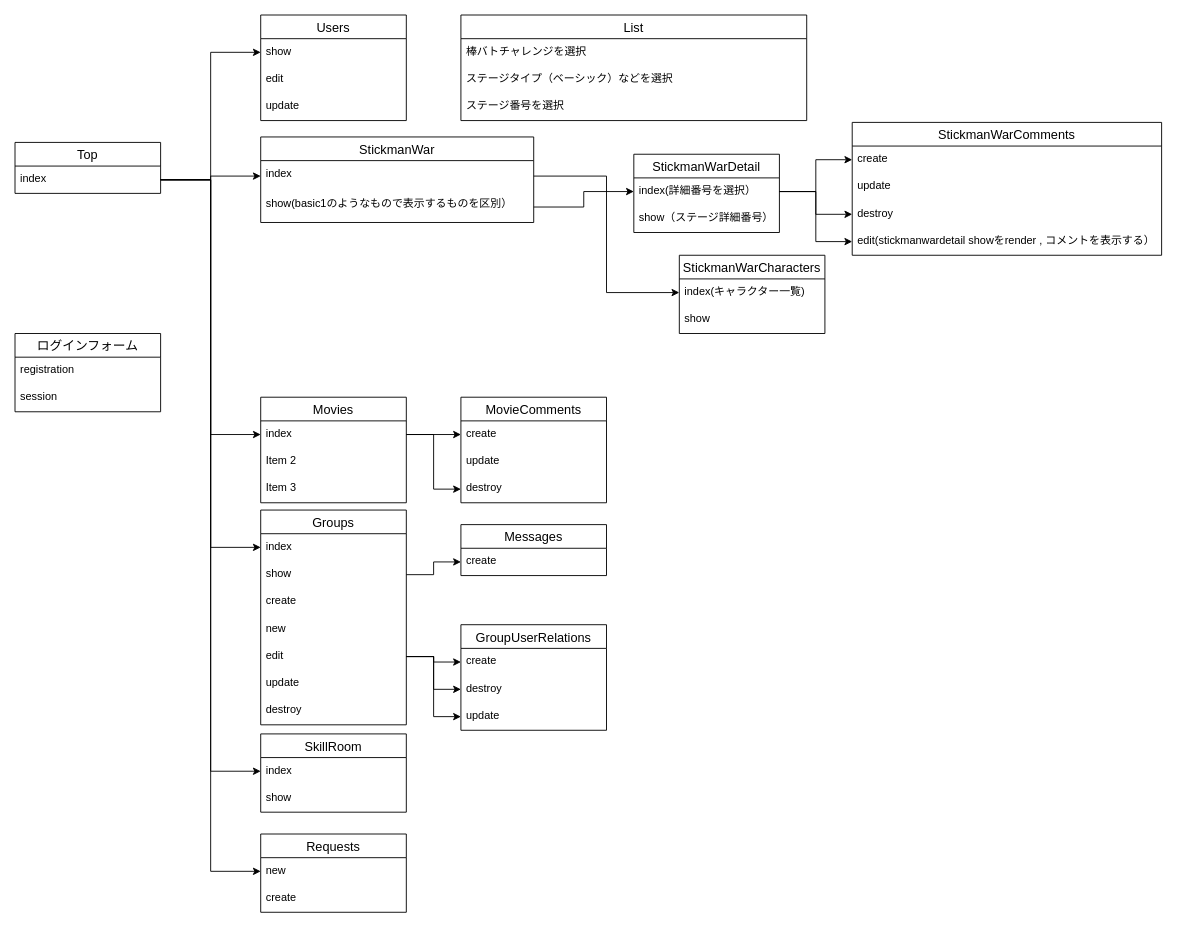
Before: flow.dio in runba3011/runba_home, a draw.io diagram. Source tidied: cells renumbered, new cells numbered last; positions are measured from the earlier drawing's top-left corner, leaving out a move shared by most shapes. Both pictures are drawn from the tidied source at 91%, with x=0, y=0 at pixel (15, 15).
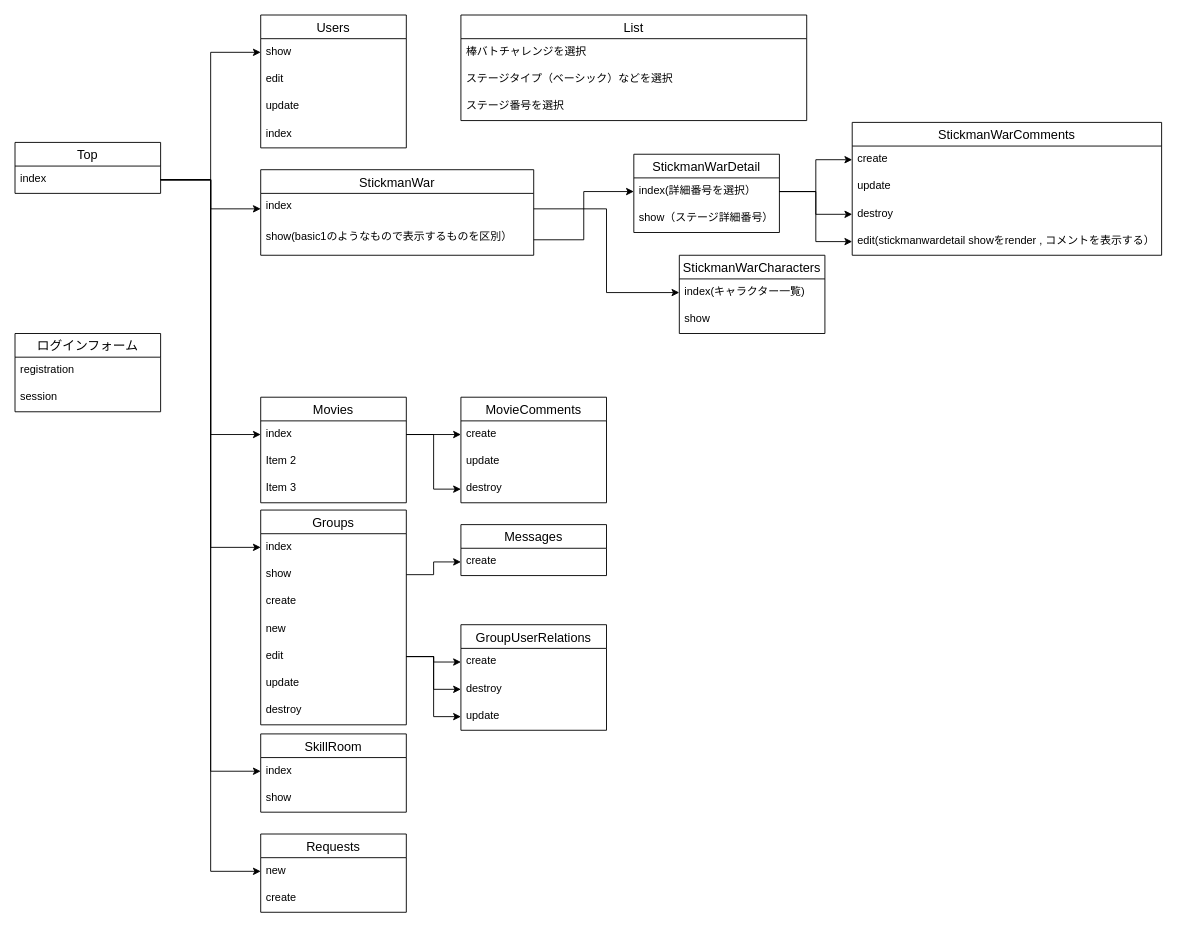
After the change.

Commit message (it also covers changes not shown here):
フロー図の修正

What changed in the source:
```diff
@@
     <mxCell id="4" value="StickmanWar" style="swimlane;fontStyle=0;horizontal=1;startSize=26;align=center;fontSize=14;" parent="1" vertex="1">
-      <mxGeometry x="270" y="134" width="300" height="94" as="geometry" />
+      <mxGeometry x="270" y="170" width="300" height="94" as="geometry" />
     </mxCell>
@@
     <mxCell id="24" value="Users" style="swimlane;fontStyle=0;horizontal=1;startSize=26;align=center;fontSize=14;" parent="1" vertex="1">
-      <mxGeometry x="270" width="160" height="116" as="geometry" />
+      <mxGeometry x="270" width="160" height="146" as="geometry" />
     </mxCell>
@@
+    <mxCell id="74" value="index" style="text;strokeColor=none;fillColor=none;spacingLeft=4;spacingRight=4;overflow=hidden;fontSize=12;" parent="24" vertex="1">
+      <mxGeometry y="116" width="160" height="30" as="geometry" />
+    </mxCell>
```
